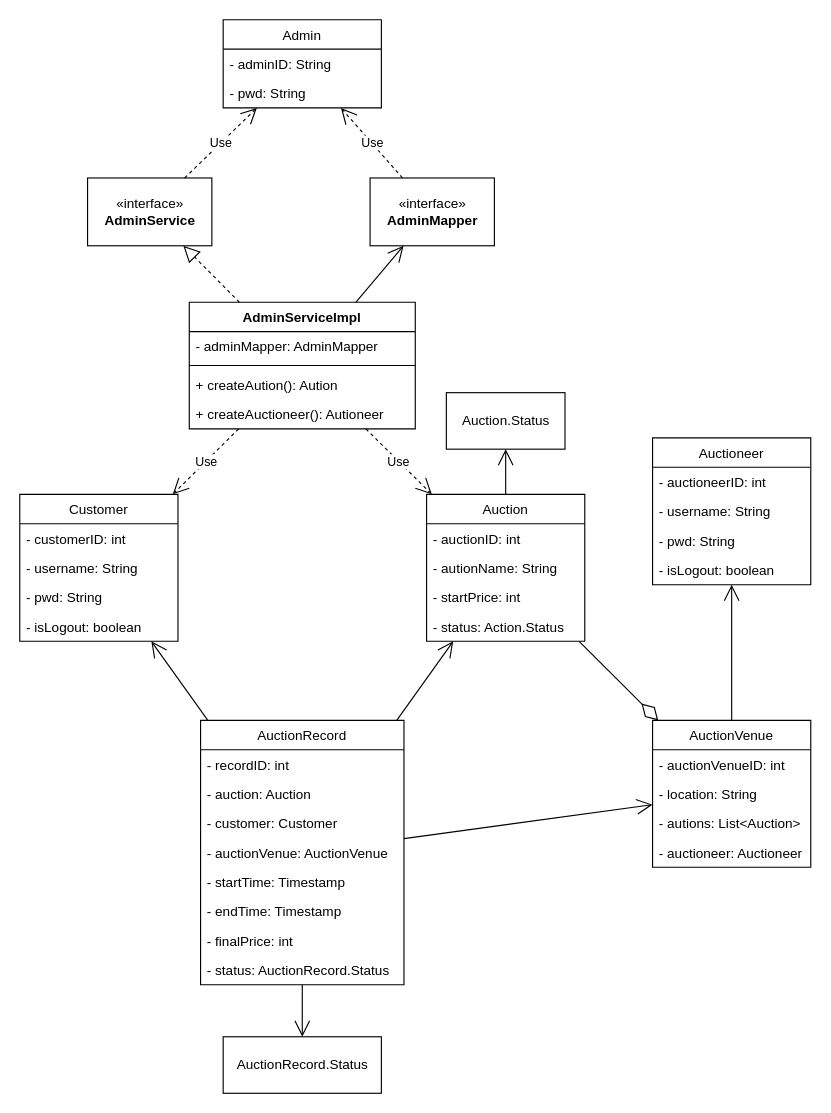
xinghyfish/auction keeps this draw.io diagram as docs/逻辑视图/源文件/class-diagram.drawio. Above is the earlier version. Source tidied: cells renumbered, new cells numbered last; positions are measured from the earlier drawing's top-left corner, leaving out a move shared by most shapes. Both pictures are drawn from the tidied source at 113%, with x=0, y=0 at pixel (19, 19).
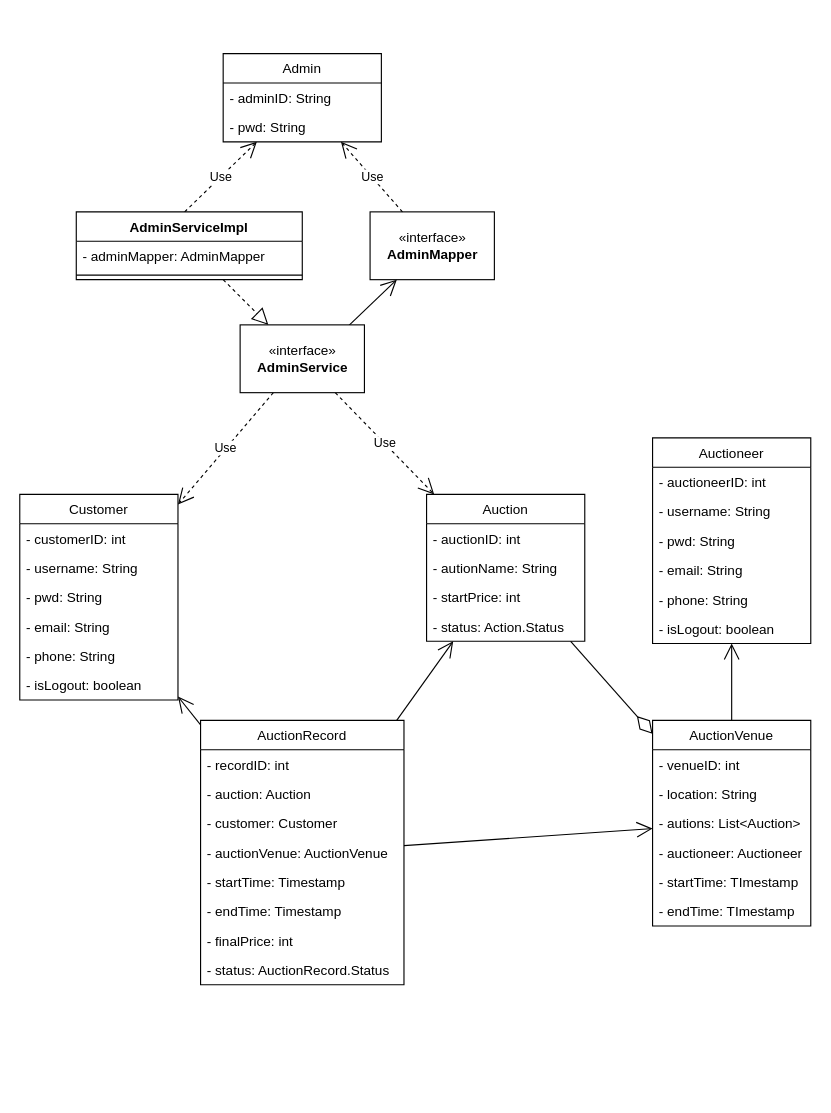
Above is the later version.

Unchanged cells that the change refers to:
```xml
<mxCell id="15" value="Auction" style="swimlane;fontStyle=0;horizontal=1;startSize=26;fillColor=none;" parent="1" vertex="1">
  <mxGeometry x="360" y="420" width="140" height="130" as="geometry" />
</mxCell>
<mxCell id="20" value="AuctionRecord" style="swimlane;fontStyle=0;horizontal=1;startSize=26;fillColor=none;" parent="1" vertex="1">
  <mxGeometry x="160" y="620" width="180" height="234" as="geometry" />
</mxCell>
```

Diff of the diagram source:
```diff
@@
     <mxCell id="2" value="Auctioneer" style="swimlane;fontStyle=0;horizontal=1;startSize=26;fillColor=none;" parent="1" vertex="1">
-      <mxGeometry x="560" y="370" width="140" height="130" as="geometry" />
+      <mxGeometry x="560" y="370" width="140" height="182" as="geometry" />
     </mxCell>
@@
+    <mxCell id="56" value="- email: String" style="text;strokeColor=none;fillColor=none;align=left;verticalAlign=top;spacingLeft=4;spacingRight=4;overflow=hidden;" parent="2" vertex="1">
+      <mxGeometry y="104" width="140" height="26" as="geometry" />
+    </mxCell>
+    <mxCell id="57" value="- phone: String" style="text;strokeColor=none;fillColor=none;align=left;verticalAlign=top;spacingLeft=4;spacingRight=4;overflow=hidden;" parent="2" vertex="1">
+      <mxGeometry y="130" width="140" height="26" as="geometry" />
+    </mxCell>
     <mxCell id="6" value="- isLogout: boolean" style="text;strokeColor=none;fillColor=none;align=left;verticalAlign=top;spacingLeft=4;spacingRight=4;overflow=hidden;" parent="2" vertex="1">
-      <mxGeometry y="104" width="140" height="26" as="geometry" />
+      <mxGeometry y="156" width="140" height="26" as="geometry" />
     </mxCell>
     <mxCell id="7" value="Admin" style="swimlane;fontStyle=0;horizontal=1;startSize=26;fillColor=none;" parent="1" vertex="1">
-      <mxGeometry x="180" width="140" height="78" as="geometry" />
+      <mxGeometry x="180" y="30" width="140" height="78" as="geometry" />
     </mxCell>
@@
     <mxCell id="10" value="Customer" style="swimlane;fontStyle=0;horizontal=1;startSize=26;fillColor=none;" parent="1" vertex="1">
-      <mxGeometry y="420" width="140" height="130" as="geometry" />
+      <mxGeometry y="420" width="140" height="182" as="geometry" />
     </mxCell>
@@
+    <mxCell id="58" value="- email: String" style="text;strokeColor=none;fillColor=none;align=left;verticalAlign=top;spacingLeft=4;spacingRight=4;overflow=hidden;" parent="10" vertex="1">
+      <mxGeometry y="104" width="140" height="26" as="geometry" />
+    </mxCell>
+    <mxCell id="59" value="- phone: String" style="text;strokeColor=none;fillColor=none;align=left;verticalAlign=top;spacingLeft=4;spacingRight=4;overflow=hidden;" parent="10" vertex="1">
+      <mxGeometry y="130" width="140" height="26" as="geometry" />
+    </mxCell>
     <mxCell id="14" value="- isLogout: boolean" style="text;strokeColor=none;fillColor=none;align=left;verticalAlign=top;spacingLeft=4;spacingRight=4;overflow=hidden;" parent="10" vertex="1">
-      <mxGeometry y="104" width="140" height="26" as="geometry" />
+      <mxGeometry y="156" width="140" height="26" as="geometry" />
     </mxCell>
@@
     <mxCell id="29" value="AuctionVenue" style="swimlane;fontStyle=0;horizontal=1;startSize=26;fillColor=none;" parent="1" vertex="1">
-      <mxGeometry x="560" y="620" width="140" height="130" as="geometry" />
+      <mxGeometry x="560" y="620" width="140" height="182" as="geometry" />
     </mxCell>
-    <mxCell id="30" value="- auctionVenueID: int" style="text;strokeColor=none;fillColor=none;align=left;verticalAlign=top;spacingLeft=4;spacingRight=4;overflow=hidden;" parent="29" vertex="1">
+    <mxCell id="30" value="- venueID: int" style="text;strokeColor=none;fillColor=none;align=left;verticalAlign=top;spacingLeft=4;spacingRight=4;overflow=hidden;" parent="29" vertex="1">
       <mxGeometry y="26" width="140" height="26" as="geometry" />
     </mxCell>
@@
+    <mxCell id="60" value="- startTime: TImestamp" style="text;strokeColor=none;fillColor=none;align=left;verticalAlign=top;spacingLeft=4;spacingRight=4;overflow=hidden;" parent="29" vertex="1">
+      <mxGeometry y="130" width="140" height="26" as="geometry" />
+    </mxCell>
+    <mxCell id="61" value="- endTime: TImestamp" style="text;strokeColor=none;fillColor=none;align=left;verticalAlign=top;spacingLeft=4;spacingRight=4;overflow=hidden;" parent="29" vertex="1">
+      <mxGeometry y="156" width="140" height="26" as="geometry" />
+    </mxCell>
@@
-    <mxCell id="38" value="Auction.Status" style="html=1;" parent="1" vertex="1">
-      <mxGeometry x="377.5" y="330" width="105" height="50" as="geometry" />
-    </mxCell>
-    <mxCell id="39" style="endArrow=open;endFill=1;endSize=12;html=1;rounded=0;" parent="1" edge="1" source="15" target="38">
-      <mxGeometry relative="1" as="geometry" />
-    </mxCell>
-    <mxCell id="40" value="&lt;span style=&quot;text-align: left;&quot;&gt;AuctionRecord.Status&lt;/span&gt;" style="html=1;" parent="1" vertex="1">
-      <mxGeometry x="180" y="900" width="140" height="50" as="geometry" />
-    </mxCell>
-    <mxCell id="41" style="endArrow=open;endFill=1;endSize=12;html=1;rounded=0;" parent="1" edge="1" source="20" target="40">
-      <mxGeometry relative="1" as="geometry" />
-    </mxCell>
@@
-    <mxCell id="43" value="AdminServiceImpl" style="swimlane;fontStyle=1;align=center;verticalAlign=top;horizontal=1;startSize=26;" parent="1" vertex="1">
-      <mxGeometry x="150" y="250" width="200" height="112" as="geometry" />
-    </mxCell>
-    <mxCell id="44" value="- adminMapper: AdminMapper" style="text;strokeColor=none;fillColor=none;align=left;verticalAlign=top;spacingLeft=4;spacingRight=4;overflow=hidden;" parent="43" vertex="1">
-      <mxGeometry y="26" width="200" height="26" as="geometry" />
-    </mxCell>
-    <mxCell id="45" style="line;strokeWidth=1;fillColor=none;align=left;verticalAlign=middle;spacingTop=-1;spacingLeft=3;spacingRight=3;labelPosition=right;strokeColor=inherit;" parent="43" vertex="1">
-      <mxGeometry y="52" width="200" height="8" as="geometry" />
-    </mxCell>
-    <mxCell id="46" value="+ createAution(): Aution" style="text;strokeColor=none;fillColor=none;align=left;verticalAlign=top;spacingLeft=4;spacingRight=4;overflow=hidden;" parent="43" vertex="1">
-      <mxGeometry y="60" width="200" height="26" as="geometry" />
-    </mxCell>
-    <mxCell id="47" value="+ createAuctioneer(): Autioneer" style="text;strokeColor=none;fillColor=none;align=left;verticalAlign=top;spacingLeft=4;spacingRight=4;overflow=hidden;" parent="43" vertex="1">
-      <mxGeometry y="86" width="200" height="26" as="geometry" />
-    </mxCell>
-    <mxCell id="48" value="«interface»&lt;br&gt;&lt;b&gt;AdminService&lt;/b&gt;" style="html=1;" parent="1" vertex="1">
-      <mxGeometry x="60" y="140" width="110" height="60" as="geometry" />
-    </mxCell>
     <mxCell id="49" value="«interface»&lt;br&gt;&lt;b&gt;AdminMapper&lt;/b&gt;" style="html=1;" parent="1" vertex="1">
-      <mxGeometry x="310" y="140" width="110" height="60" as="geometry" />
+      <mxGeometry x="310" y="170" width="110" height="60" as="geometry" />
     </mxCell>
@@
-    <mxCell id="51" style="endArrow=open;endFill=1;endSize=12;html=1;rounded=0;jumpSize=6;" parent="1" edge="1" source="43" target="49">
-      <mxGeometry relative="1" as="geometry" />
+    <mxCell id="51" style="endArrow=open;endFill=1;endSize=12;html=1;rounded=0;jumpSize=6;" parent="1" edge="1" target="49">
+      <mxGeometry relative="1" as="geometry">
+        <mxPoint x="281.4" y="280" as="sourcePoint" />
+      </mxGeometry>
     </mxCell>
@@
-    <mxCell id="53" value="Use" style="endArrow=open;endSize=12;dashed=1;html=1;rounded=0;jumpSize=6;" parent="1" edge="1" source="43" target="10">
+    <mxCell id="53" value="Use" style="endArrow=open;endSize=12;dashed=1;html=1;rounded=0;jumpSize=6;" parent="1" edge="1" source="48" target="10">
       <mxGeometry relative="1" as="geometry" />
     </mxCell>
-    <mxCell id="54" value="Use" style="endArrow=open;endSize=12;dashed=1;html=1;rounded=0;jumpSize=6;" parent="1" edge="1" source="43" target="15">
+    <mxCell id="54" value="Use" style="endArrow=open;endSize=12;dashed=1;html=1;rounded=0;jumpSize=6;" parent="1" edge="1" source="48" target="15">
       <mxGeometry relative="1" as="geometry" />
     </mxCell>
-    <mxCell id="55" value="Use" style="endArrow=open;endSize=12;dashed=1;html=1;rounded=0;jumpSize=6;" parent="1" edge="1" source="48" target="7">
-      <mxGeometry relative="1" as="geometry" />
+    <mxCell id="55" value="Use" style="endArrow=open;endSize=12;dashed=1;html=1;rounded=0;jumpSize=6;" parent="1" edge="1" target="7">
+      <mxGeometry relative="1" as="geometry">
+        <mxPoint x="145.9" y="170" as="sourcePoint" />
+      </mxGeometry>
     </mxCell>
+    <mxCell id="43" value="AdminServiceImpl" style="swimlane;fontStyle=1;align=center;verticalAlign=top;horizontal=1;startSize=26;" parent="1" vertex="1">
+      <mxGeometry x="50" y="170" width="200" height="60" as="geometry" />
+    </mxCell>
+    <mxCell id="44" value="- adminMapper: AdminMapper" style="text;strokeColor=none;fillColor=none;align=left;verticalAlign=top;spacingLeft=4;spacingRight=4;overflow=hidden;" parent="43" vertex="1">
+      <mxGeometry y="26" width="200" height="26" as="geometry" />
+    </mxCell>
+    <mxCell id="45" style="line;strokeWidth=1;fillColor=none;align=left;verticalAlign=middle;spacingTop=-1;spacingLeft=3;spacingRight=3;labelPosition=right;strokeColor=inherit;" parent="43" vertex="1">
+      <mxGeometry y="52" width="200" height="8" as="geometry" />
+    </mxCell>
+    <mxCell id="48" value="«interface»&lt;br&gt;&lt;b&gt;AdminService&lt;/b&gt;" style="html=1;" parent="1" vertex="1">
+      <mxGeometry x="195" y="270" width="110" height="60" as="geometry" />
+    </mxCell>
```
